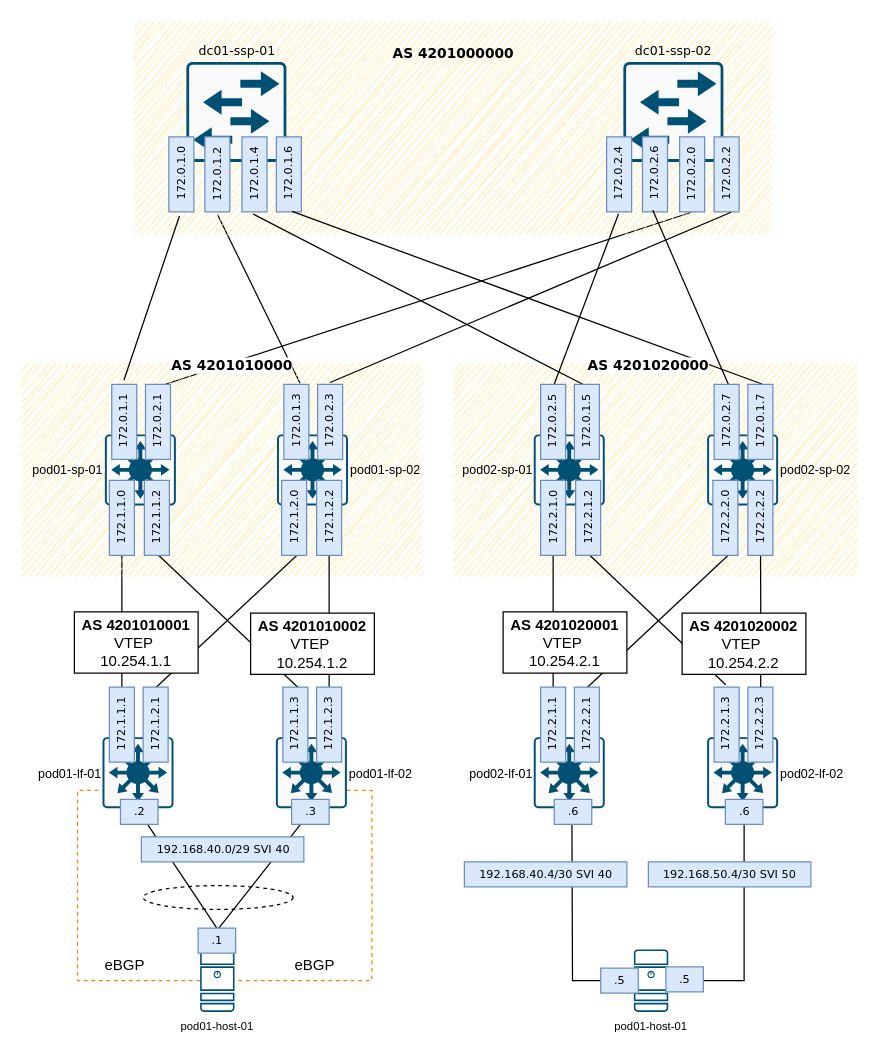
asmylyaev/otus_evpn keeps this draw.io diagram as page "L3" (2 of 2) of project/scheme.drawio. Above is the earlier version. Source tidied: cells renumbered, new cells numbered last; positions are measured from the earlier drawing's top-left corner, leaving out a move shared by most shapes. Both pictures are drawn from the tidied source at 125%, with x=0, y=0 at pixel (21, 21).
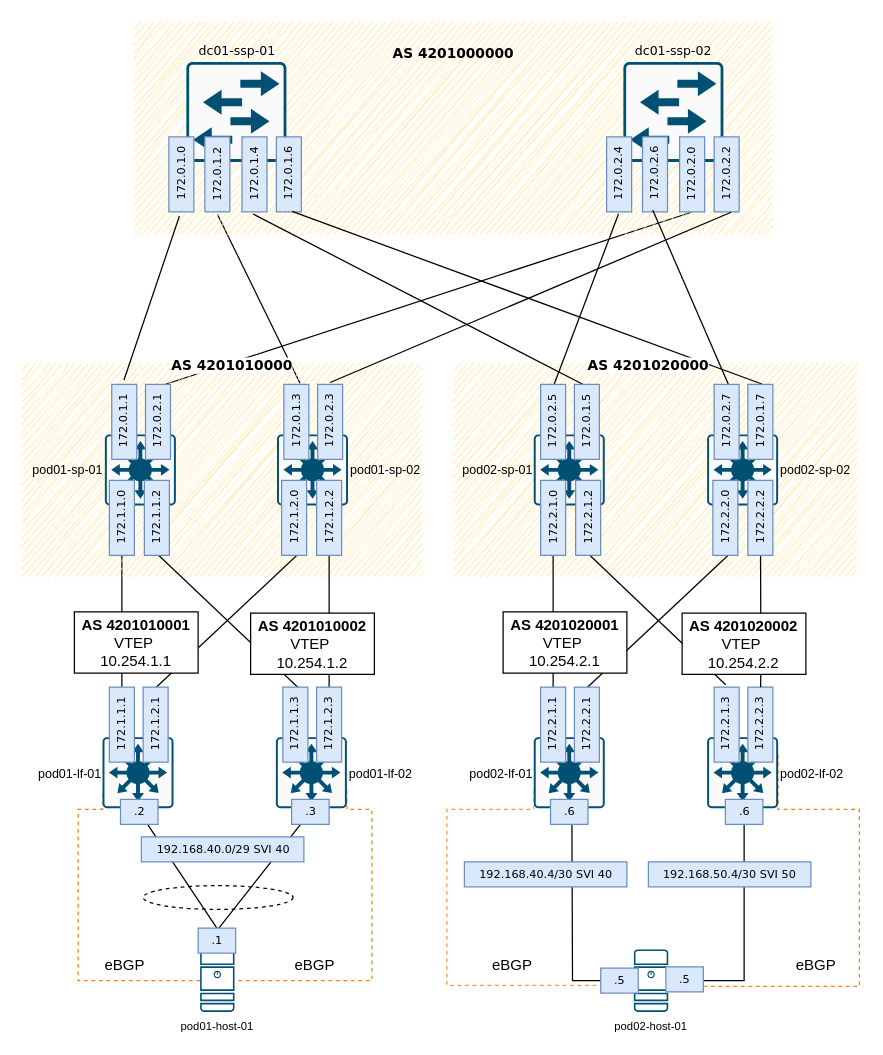
The same diagram, later.

The change refers to these unchanged cells:
```xml
<mxCell id="11" value="pod01-host-01" style="sketch=0;points=[[0.015,0.015,0],[0.985,0.015,0],[0.985,0.985,0],[0.015,0.985,0],[0.25,0,0],[0.5,0,0],[0.75,0,0],[1,0.25,0],[1,0.5,0],[1,0.75,0],[0.75,1,0],[0.5,1,0],[0.25,1,0],[0,0.75,0],[0,0.5,0],[0,0.25,0]];verticalLabelPosition=bottom;html=1;verticalAlign=top;align=center;shape=mxgraph.cisco19.server;fillColor=#005073;strokeColor=none;fontSize=9;spacing=2;" parent="1" vertex="1">
  <mxGeometry x="142.6" y="742" width="27.5" height="50" as="geometry" />
</mxCell>
<mxCell id="40" value="pod01-lf-01" style="sketch=0;points=[[0.015,0.015,0],[0.985,0.015,0],[0.985,0.985,0],[0.015,0.985,0],[0.25,0,0],[0.5,0,0],[0.75,0,0],[1,0.25,0],[1,0.5,0],[1,0.75,0],[0.75,1,0],[0.5,1,0],[0.25,1,0],[0,0.75,0],[0,0.5,0],[0,0.25,0]];verticalLabelPosition=middle;html=1;verticalAlign=middle;align=right;shape=mxgraph.cisco19.rect;prIcon=l3_switch;fillColor=#FAFAFA;strokeColor=#005073;labelPosition=left;fontSize=10;spacing=2;" parent="1" vertex="1">
  <mxGeometry x="64.5" y="572.2" width="56.8" height="56.8" as="geometry" />
</mxCell>
<mxCell id="45" value="pod01-lf-02" style="sketch=0;points=[[0.015,0.015,0],[0.985,0.015,0],[0.985,0.985,0],[0.015,0.985,0],[0.25,0,0],[0.5,0,0],[0.75,0,0],[1,0.25,0],[1,0.5,0],[1,0.75,0],[0.75,1,0],[0.5,1,0],[0.25,1,0],[0,0.75,0],[0,0.5,0],[0,0.25,0]];verticalLabelPosition=middle;html=1;verticalAlign=middle;align=left;shape=mxgraph.cisco19.rect;prIcon=l3_switch;fillColor=#FAFAFA;strokeColor=#005073;labelPosition=right;fontSize=10;spacing=2;" parent="1" vertex="1">
  <mxGeometry x="203.2" y="572.2" width="56.8" height="56.8" as="geometry" />
</mxCell>
<mxCell id="54" value="pod02-lf-01" style="sketch=0;points=[[0.015,0.015,0],[0.985,0.015,0],[0.985,0.985,0],[0.015,0.985,0],[0.25,0,0],[0.5,0,0],[0.75,0,0],[1,0.25,0],[1,0.5,0],[1,0.75,0],[0.75,1,0],[0.5,1,0],[0.25,1,0],[0,0.75,0],[0,0.5,0],[0,0.25,0]];verticalLabelPosition=middle;html=1;verticalAlign=middle;align=right;shape=mxgraph.cisco19.rect;prIcon=l3_switch;fillColor=#FAFAFA;strokeColor=#005073;labelPosition=left;fontSize=10;spacing=2;" parent="1" vertex="1">
  <mxGeometry x="409.5" y="572.2" width="56.8" height="56.8" as="geometry" />
</mxCell>
<mxCell id="59" value="pod02-lf-02" style="sketch=0;points=[[0.015,0.015,0],[0.985,0.015,0],[0.985,0.985,0],[0.015,0.985,0],[0.25,0,0],[0.5,0,0],[0.75,0,0],[1,0.25,0],[1,0.5,0],[1,0.75,0],[0.75,1,0],[0.5,1,0],[0.25,1,0],[0,0.75,0],[0,0.5,0],[0,0.25,0]];verticalLabelPosition=middle;html=1;verticalAlign=middle;align=left;shape=mxgraph.cisco19.rect;prIcon=l3_switch;fillColor=#FAFAFA;strokeColor=#005073;labelPosition=right;fontSize=10;spacing=2;" parent="1" vertex="1">
  <mxGeometry x="548.2" y="572.2" width="56.8" height="56.8" as="geometry" />
</mxCell>
<mxCell id="78" value=".5" style="text;html=1;align=center;verticalAlign=middle;points=[];strokeColor=#6c8ebf;fillColor=#dae8fc;rotation=0;fontSize=9;fontFamily=Verdana;glass=0;rounded=0;shadow=0;gradientColor=none;spacing=0;" parent="1" vertex="1">
  <mxGeometry x="463.1" y="757" width="30" height="20" as="geometry" />
</mxCell>
<mxCell id="79" value=".5" style="text;html=1;align=center;verticalAlign=middle;points=[];strokeColor=#6c8ebf;fillColor=#dae8fc;rotation=0;fontSize=9;fontFamily=Verdana;glass=0;rounded=0;shadow=0;gradientColor=none;spacing=0;" parent="1" vertex="1">
  <mxGeometry x="515.2" y="756" width="30" height="20" as="geometry" />
</mxCell>
```

Change to the diagram source:
```diff
@@
     <mxCell id="2" style="edgeStyle=orthogonalEdgeStyle;rounded=0;jettySize=auto;html=1;exitX=1;exitY=0.75;exitDx=0;exitDy=0;exitPerimeter=0;entryX=1;entryY=0.5;entryDx=0;entryDy=0;entryPerimeter=0;dashed=1;endArrow=none;endFill=0;strokeColor=#FF8000;" parent="1" edge="1" source="45" target="11">
-      <mxGeometry relative="1" as="geometry" />
+      <mxGeometry relative="1" as="geometry">
+        <Array as="points">
+          <mxPoint x="260" y="630" />
+          <mxPoint x="280" y="630" />
+          <mxPoint x="280" y="767" />
+        </Array>
+      </mxGeometry>
     </mxCell>
-    <mxCell id="3" style="ellipse;whiteSpace=wrap;html=1;fillColor=none;dashed=1;" parent="1" vertex="1">
-      <mxGeometry x="97" y="691" width="120" height="19" as="geometry" />
-    </mxCell>
@@
     <mxCell id="10" style="edgeStyle=orthogonalEdgeStyle;rounded=0;jettySize=auto;html=1;exitX=0;exitY=0.5;exitDx=0;exitDy=0;exitPerimeter=0;endArrow=none;endFill=0;dashed=1;entryX=0;entryY=0.75;entryDx=0;entryDy=0;entryPerimeter=0;strokeColor=#FF8000;" parent="1" edge="1" source="11" target="40">
-      <mxGeometry relative="1" as="geometry" />
+      <mxGeometry relative="1" as="geometry">
+        <Array as="points">
+          <mxPoint x="45" y="767" />
+          <mxPoint x="45" y="630" />
+          <mxPoint x="65" y="630" />
+        </Array>
+      </mxGeometry>
     </mxCell>
@@
+    <mxCell id="92" style="edgeStyle=orthogonalEdgeStyle;rounded=0;jettySize=auto;html=1;entryX=0.016;entryY=0.69;entryDx=0;entryDy=0;entryPerimeter=0;dashed=1;endArrow=none;endFill=0;strokeColor=#FF9933;exitX=0;exitY=0.75;exitDx=0;exitDy=0;exitPerimeter=0;" parent="1" edge="1" source="54" target="78">
+      <mxGeometry relative="1" as="geometry">
+        <Array as="points">
+          <mxPoint x="410" y="630" />
+          <mxPoint x="340" y="630" />
+          <mxPoint x="340" y="771" />
+        </Array>
+      </mxGeometry>
+    </mxCell>
@@
+    <mxCell id="93" style="edgeStyle=orthogonalEdgeStyle;rounded=0;jettySize=auto;html=1;exitX=1;exitY=0.25;exitDx=0;exitDy=0;exitPerimeter=0;entryX=1.025;entryY=0.78;entryDx=0;entryDy=0;entryPerimeter=0;endArrow=none;endFill=0;dashed=1;strokeColor=#FF8000;" parent="1" edge="1" source="59" target="79">
+      <mxGeometry relative="1" as="geometry">
+        <Array as="points">
+          <mxPoint x="605" y="630" />
+          <mxPoint x="670" y="630" />
+          <mxPoint x="670" y="772" />
+        </Array>
+      </mxGeometry>
+    </mxCell>
@@
-    <mxCell id="74" value="pod01-host-01" style="sketch=0;points=[[0.015,0.015,0],[0.985,0.015,0],[0.985,0.985,0],[0.015,0.985,0],[0.25,0,0],[0.5,0,0],[0.75,0,0],[1,0.25,0],[1,0.5,0],[1,0.75,0],[0.75,1,0],[0.5,1,0],[0.25,1,0],[0,0.75,0],[0,0.5,0],[0,0.25,0]];verticalLabelPosition=bottom;html=1;verticalAlign=top;align=center;shape=mxgraph.cisco19.server;fillColor=#005073;strokeColor=none;fontSize=9;spacing=2;" parent="1" vertex="1">
+    <mxCell id="74" value="pod02-host-01" style="sketch=0;points=[[0.015,0.015,0],[0.985,0.015,0],[0.985,0.985,0],[0.015,0.985,0],[0.25,0,0],[0.5,0,0],[0.75,0,0],[1,0.25,0],[1,0.5,0],[1,0.75,0],[0.75,1,0],[0.5,1,0],[0.25,1,0],[0,0.75,0],[0,0.5,0],[0,0.25,0]];verticalLabelPosition=bottom;html=1;verticalAlign=top;align=center;shape=mxgraph.cisco19.server;fillColor=#005073;strokeColor=none;fontSize=9;spacing=2;" parent="1" vertex="1">
       <mxGeometry x="489.6" y="742" width="27.5" height="50" as="geometry" />
     </mxCell>
@@
     <mxCell id="77" value=".6" style="text;html=1;align=center;verticalAlign=middle;strokeColor=#6c8ebf;fillColor=#dae8fc;rotation=0;fontSize=9;fontFamily=Verdana;glass=0;rounded=0;shadow=0;gradientColor=none;spacing=0;" parent="1" vertex="1">
-      <mxGeometry x="425.9" y="622" width="30" height="20" as="geometry" />
+      <mxGeometry x="422.9" y="622" width="30" height="20" as="geometry" />
     </mxCell>
@@
+    <mxCell id="3" style="ellipse;whiteSpace=wrap;html=1;fillColor=none;dashed=1;" parent="1" vertex="1">
+      <mxGeometry x="97" y="691" width="120" height="19" as="geometry" />
+    </mxCell>
+    <mxCell id="94" value="eBGP" style="text;html=1;align=center;verticalAlign=middle;strokeColor=none;fillColor=none;rotation=0;" parent="1" vertex="1">
+      <mxGeometry x="362" y="740" width="60" height="30" as="geometry" />
+    </mxCell>
+    <mxCell id="95" value="eBGP" style="text;html=1;align=center;verticalAlign=middle;strokeColor=none;fillColor=none;rotation=0;" parent="1" vertex="1">
+      <mxGeometry x="605" y="740" width="60" height="30" as="geometry" />
+    </mxCell>
```
